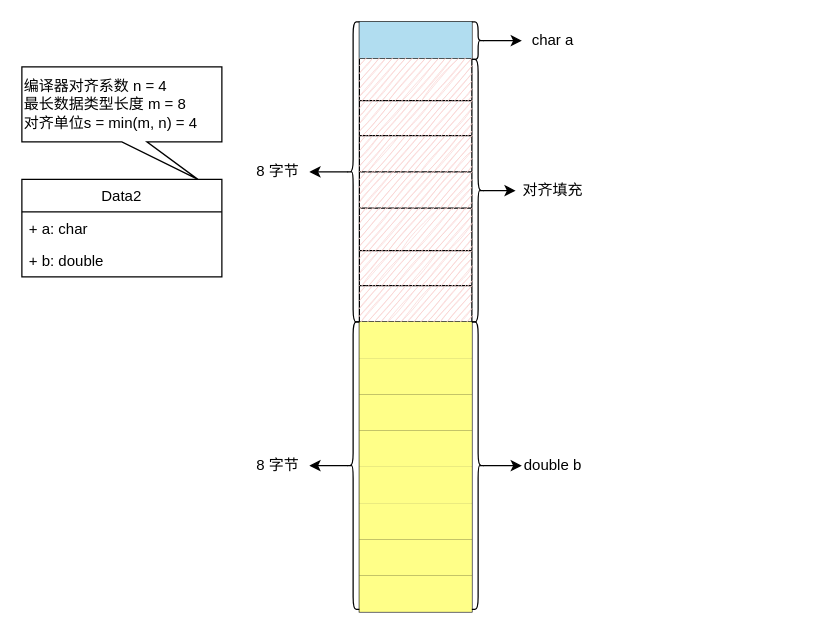
Above: TechStack/memory_alignment_case2.drawio in zhxilin/picbed (draw.io), before the change. Source tidied: cells renumbered, new cells numbered last; positions are measured from the earlier drawing's top-left corner, leaving out a move shared by most shapes. Both pictures are drawn from the tidied source at 125%, with x=0, y=0 at pixel (21, 21).
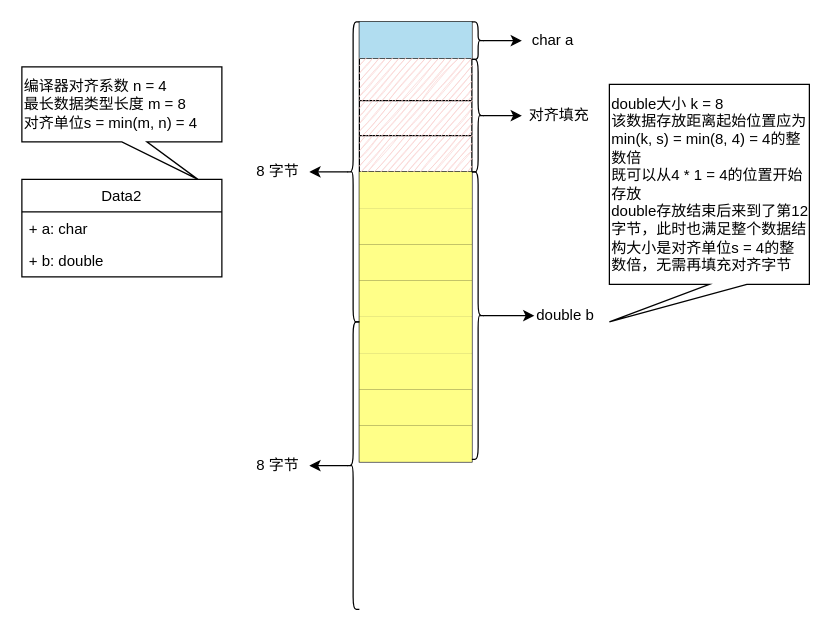
The same page after the edit.

Diff of the diagram source:
```diff
@@
     <mxCell id="2" style="shape=table;startSize=0;childLayout=tableLayout;" parent="1" vertex="1">
-      <mxGeometry x="270" width="90" height="472" as="geometry" />
+      <mxGeometry x="270" width="90" height="352" as="geometry" />
     </mxCell>
@@
-    <mxCell id="11" style="shape=tableRow;horizontal=0;startSize=0;swimlaneHead=0;swimlaneBody=0;top=0;left=0;bottom=0;right=0;fillColor=none;" parent="2" vertex="1">
-      <mxGeometry y="120" width="90" height="29" as="geometry" />
-    </mxCell>
-    <mxCell id="12" style="shape=partialRectangle;html=1;whiteSpace=wrap;overflow=hidden;fillColor=#f8cecc;top=0;left=0;bottom=0;right=0;strokeColor=#b85450;sketch=1;" parent="11" vertex="1">
-      <mxGeometry width="90" height="29" as="geometry" />
-    </mxCell>
-    <mxCell id="13" style="shape=tableRow;horizontal=0;startSize=0;swimlaneHead=0;swimlaneBody=0;top=0;left=0;bottom=0;right=0;fillColor=none;" parent="2" vertex="1">
-      <mxGeometry y="149" width="90" height="34" as="geometry" />
-    </mxCell>
-    <mxCell id="14" style="shape=partialRectangle;html=1;whiteSpace=wrap;overflow=hidden;fillColor=#f8cecc;top=0;left=0;bottom=0;right=0;strokeColor=#b85450;sketch=1;" parent="13" vertex="1">
-      <mxGeometry width="90" height="34" as="geometry" />
-    </mxCell>
-    <mxCell id="15" style="shape=tableRow;horizontal=0;startSize=0;swimlaneHead=0;swimlaneBody=0;top=0;left=0;bottom=0;right=0;fillColor=none;" parent="2" vertex="1">
-      <mxGeometry y="183" width="90" height="28" as="geometry" />
-    </mxCell>
-    <mxCell id="16" style="shape=partialRectangle;html=1;whiteSpace=wrap;overflow=hidden;fillColor=#f8cecc;top=0;left=0;bottom=0;right=0;strokeColor=#b85450;sketch=1;" parent="15" vertex="1">
-      <mxGeometry width="90" height="28" as="geometry" />
-    </mxCell>
-    <mxCell id="17" style="shape=tableRow;horizontal=0;startSize=0;swimlaneHead=0;swimlaneBody=0;top=0;left=0;bottom=0;right=0;fillColor=none;" parent="2" vertex="1">
-      <mxGeometry y="211" width="90" height="29" as="geometry" />
-    </mxCell>
-    <mxCell id="18" style="shape=partialRectangle;html=1;whiteSpace=wrap;overflow=hidden;fillColor=#f8cecc;top=0;left=0;bottom=0;right=0;strokeColor=#b85450;sketch=1;" parent="17" vertex="1">
-      <mxGeometry width="90" height="29" as="geometry" />
-    </mxCell>
     <mxCell id="19" style="shape=tableRow;horizontal=0;startSize=0;swimlaneHead=0;swimlaneBody=0;top=0;left=0;bottom=0;right=0;fillColor=none;" parent="2" vertex="1">
-      <mxGeometry y="240" width="90" height="29" as="geometry" />
+      <mxGeometry y="120" width="90" height="29" as="geometry" />
     </mxCell>
@@
     <mxCell id="21" style="shape=tableRow;horizontal=0;startSize=0;swimlaneHead=0;swimlaneBody=0;top=0;left=0;bottom=0;right=0;fillColor=none;" parent="2" vertex="1">
-      <mxGeometry y="269" width="90" height="29" as="geometry" />
+      <mxGeometry y="149" width="90" height="29" as="geometry" />
     </mxCell>
@@
     <mxCell id="23" style="shape=tableRow;horizontal=0;startSize=0;swimlaneHead=0;swimlaneBody=0;top=0;left=0;bottom=0;right=0;fillColor=none;" parent="2" vertex="1">
-      <mxGeometry y="298" width="90" height="29" as="geometry" />
+      <mxGeometry y="178" width="90" height="29" as="geometry" />
     </mxCell>
@@
     <mxCell id="25" style="shape=tableRow;horizontal=0;startSize=0;swimlaneHead=0;swimlaneBody=0;top=0;left=0;bottom=0;right=0;fillColor=none;" parent="2" vertex="1">
-      <mxGeometry y="327" width="90" height="29" as="geometry" />
+      <mxGeometry y="207" width="90" height="29" as="geometry" />
     </mxCell>
@@
     <mxCell id="27" style="shape=tableRow;horizontal=0;startSize=0;swimlaneHead=0;swimlaneBody=0;top=0;left=0;bottom=0;right=0;fillColor=none;" parent="2" vertex="1">
-      <mxGeometry y="356" width="90" height="29" as="geometry" />
+      <mxGeometry y="236" width="90" height="29" as="geometry" />
     </mxCell>
@@
     <mxCell id="29" style="shape=tableRow;horizontal=0;startSize=0;swimlaneHead=0;swimlaneBody=0;top=0;left=0;bottom=0;right=0;fillColor=none;" parent="2" vertex="1">
-      <mxGeometry y="385" width="90" height="29" as="geometry" />
+      <mxGeometry y="265" width="90" height="29" as="geometry" />
     </mxCell>
@@
     <mxCell id="31" style="shape=tableRow;horizontal=0;startSize=0;swimlaneHead=0;swimlaneBody=0;top=0;left=0;bottom=0;right=0;fillColor=none;" parent="2" vertex="1">
-      <mxGeometry y="414" width="90" height="29" as="geometry" />
+      <mxGeometry y="294" width="90" height="29" as="geometry" />
     </mxCell>
@@
     <mxCell id="33" style="shape=tableRow;horizontal=0;startSize=0;swimlaneHead=0;swimlaneBody=0;top=0;left=0;bottom=0;right=0;fillColor=none;" parent="2" vertex="1">
-      <mxGeometry y="443" width="90" height="29" as="geometry" />
+      <mxGeometry y="323" width="90" height="29" as="geometry" />
     </mxCell>
@@
     <mxCell id="37" style="shape=curlyBracket;whiteSpace=wrap;html=1;rounded=1;flipH=1;sketch=0;" parent="1" vertex="1">
-      <mxGeometry x="360" y="240" width="10" height="230" as="geometry" />
+      <mxGeometry x="360" y="120" width="10" height="230" as="geometry" />
     </mxCell>
@@
     <mxCell id="40" value="double b" style="text;html=1;strokeColor=none;fillColor=none;align=center;verticalAlign=middle;whiteSpace=wrap;rounded=0;" parent="1" vertex="1">
-      <mxGeometry x="400" y="345" width="50" height="20" as="geometry" />
+      <mxGeometry x="410" y="225" width="50" height="20" as="geometry" />
     </mxCell>
@@
     <mxCell id="49" value="对齐填充" style="text;html=1;strokeColor=none;fillColor=none;align=center;verticalAlign=middle;whiteSpace=wrap;rounded=0;" parent="1" vertex="1">
-      <mxGeometry x="395" y="125" width="60" height="20" as="geometry" />
+      <mxGeometry x="400" y="65" width="60" height="20" as="geometry" />
     </mxCell>
     <mxCell id="50" style="shape=curlyBracket;whiteSpace=wrap;html=1;rounded=1;flipH=1;sketch=0;" parent="1" vertex="1">
-      <mxGeometry x="360" y="30" width="10" height="210" as="geometry" />
+      <mxGeometry x="360" y="30" width="10" height="90" as="geometry" />
     </mxCell>
@@
+    <mxCell id="54" value="double大小 k = 8&lt;div&gt;该数据存放距离起始位置应为min(k, s) = min(8, 4) = 4的整数倍&lt;/div&gt;&lt;div&gt;既可以从4 * 1 = 4的位置开始存放&lt;/div&gt;&lt;div&gt;double存放结束后来到了第12字节，此时也满足整个数据结构大小是对齐单位s = 4的整数倍，无需再填充对齐字节&lt;/div&gt;" style="shape=callout;whiteSpace=wrap;html=1;perimeter=calloutPerimeter;sketch=0;position2=0;align=left;base=30;" parent="1" vertex="1">
+      <mxGeometry x="470" y="50" width="160" height="190" as="geometry" />
+    </mxCell>
```
